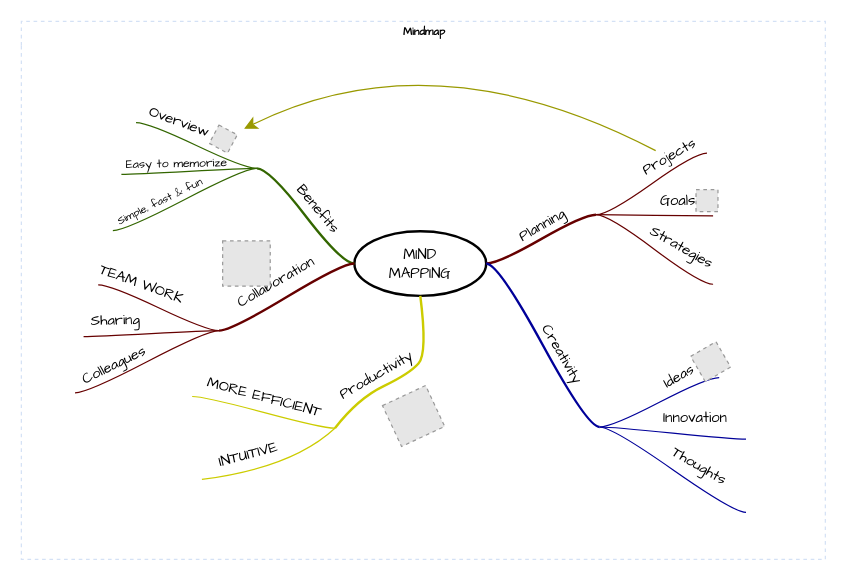
This is Untitled Diagram.drawio from aviafy/gooogle_analytics_AI_nodejs, a draw.io file, before an edit. Source tidied: cells renumbered, new cells numbered last; positions are measured from the earlier drawing's top-left corner, leaving out a move shared by most shapes. Both pictures are drawn from the tidied source at 122%, with x=0, y=0 at pixel (21, 21). Pictures stored in the file or linked from it are replaced by grey dashed boxes.
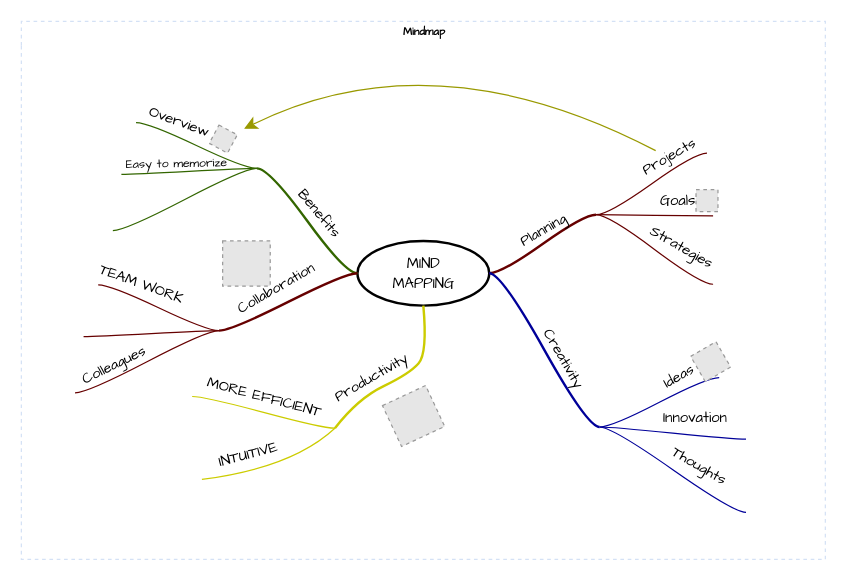
The same page after the edit.

Unchanged cells that the change refers to:
```xml
<mxCell id="2" value="Mindmap" style="swimlane;html=1;startSize=20;horizontal=1;containerType=tree;labelBackgroundColor=none;strokeColor=#D4E1F5;strokeWidth=1;fillColor=none;fontFamily=Comic Sans MS;fontSize=9;swimlaneLine=0;dashed=1;" parent="1" vertex="1">
  <mxGeometry width="659" height="441" as="geometry" />
</mxCell>
<mxCell id="36" style="edgeStyle=entityRelationEdgeStyle;startArrow=none;endArrow=none;segment=10;curved=1;strokeColor=#336600;rounded=0;fontSize=12;startSize=8;endSize=8;" parent="2" edge="1" source="32" target="35">
  <mxGeometry relative="1" as="geometry" />
</mxCell>
<mxCell id="54" style="edgeStyle=entityRelationEdgeStyle;startArrow=none;endArrow=none;segment=10;curved=1;strokeColor=#660000;rounded=0;fontSize=12;startSize=8;endSize=8;" parent="2" edge="1" source="47" target="53">
  <mxGeometry relative="1" as="geometry" />
</mxCell>
```

Diff of the diagram source:
```diff
@@
     <mxCell id="3" value="&lt;font face=&quot;Comic Sans MS&quot;&gt;MIND&lt;br&gt;MAPPING&lt;/font&gt;" style="ellipse;whiteSpace=wrap;html=1;align=center;strokeWidth=2;" parent="2" vertex="1">
-      <mxGeometry x="273" y="172" width="108" height="53" as="geometry" />
+      <mxGeometry x="275.5" y="180" width="108" height="53" as="geometry" />
     </mxCell>
@@
-    <mxCell id="37" value="Simple, fast &amp;amp; fun" style="text;html=1;align=center;verticalAlign=middle;labelBackgroundColor=none;fontFamily=Comic Sans MS;rotation=-26;fontSize=9;" parent="36" vertex="1">
-      <mxGeometry x="-0.11" y="-1" relative="1" as="geometry">
-        <mxPoint x="-27" y="7" as="offset" />
-      </mxGeometry>
-    </mxCell>
@@
-    <mxCell id="55" value="Sharing" style="text;html=1;align=center;verticalAlign=middle;labelBackgroundColor=none;fontFamily=Comic Sans MS;rotation=-1;fontSize=12;" parent="54" vertex="1">
-      <mxGeometry x="-0.11" y="-1" relative="1" as="geometry">
-        <mxPoint x="-37" y="-9" as="offset" />
-      </mxGeometry>
-    </mxCell>
```
